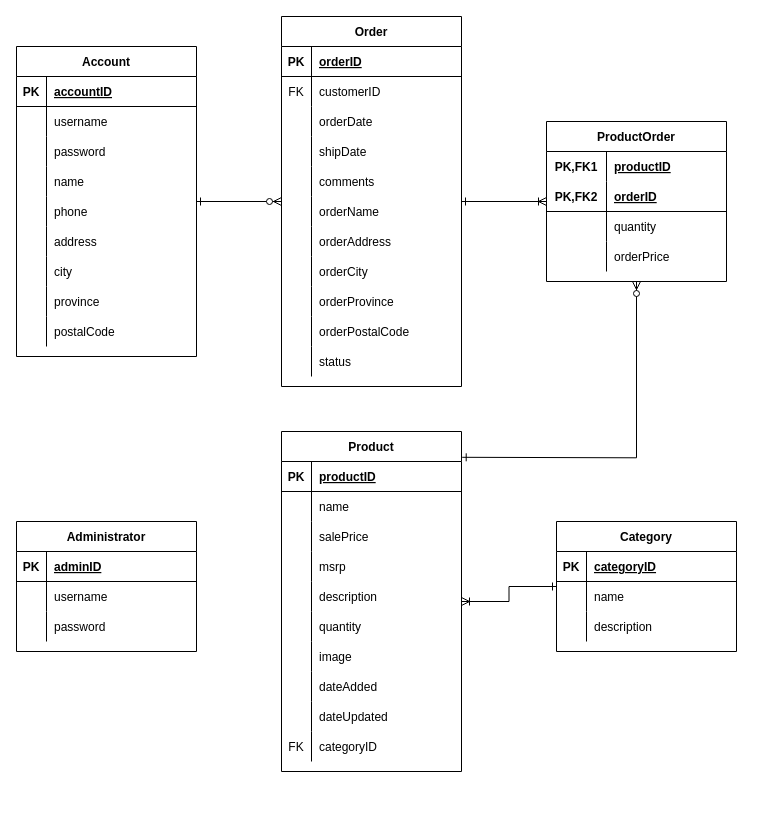
Before: AndroidsDungeonERD.drawio in oducut01/AndroidsDungeon, a draw.io diagram. Source tidied: cells renumbered, new cells numbered last; positions are measured from the earlier drawing's top-left corner, leaving out a move shared by most shapes. Both pictures are drawn from the tidied source at 100%, with x=0, y=0 at pixel (16, 16).
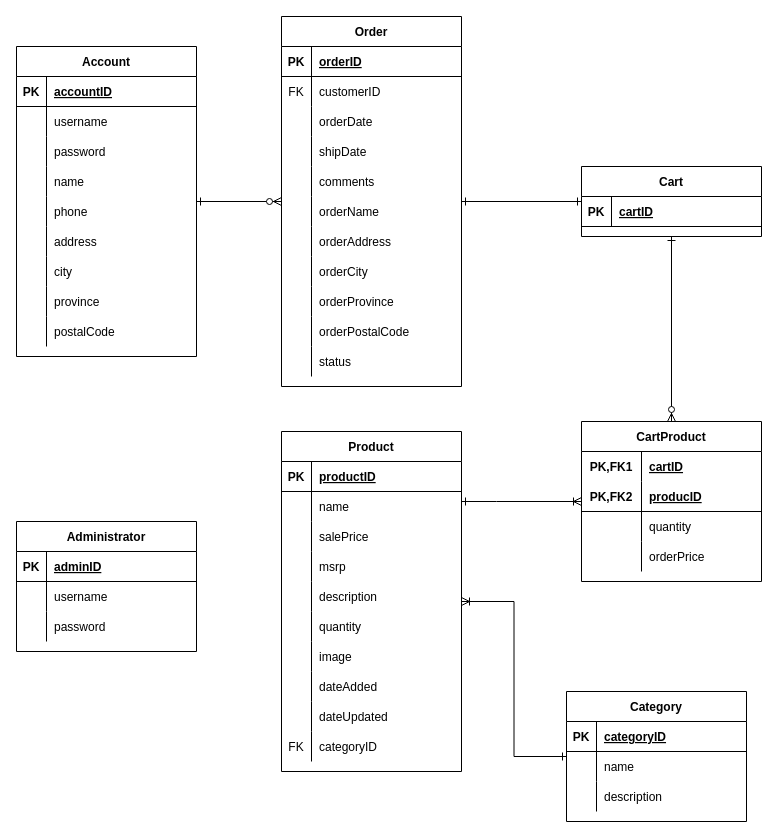
The same page after the edit.

Unchanged cells that the change refers to:
```xml
<mxCell id="30" value="Product" style="shape=table;startSize=30;childLayout=tableLayout;rowLines=0;fontStyle=1;align=center;" parent="1" vertex="1">
  <mxGeometry x="265" y="415" width="180" height="340" as="geometry" />
</mxCell>
<mxCell id="71" value="Order" style="shape=table;startSize=30;childLayout=tableLayout;rowLines=0;fontStyle=1;align=center;" parent="1" vertex="1">
  <mxGeometry x="265" width="180" height="370" as="geometry" />
</mxCell>
```

What changed in the source:
```diff
@@
     <mxCell id="61" value="Category" style="shape=table;startSize=30;childLayout=tableLayout;rowLines=0;fontStyle=1;align=center;" parent="1" vertex="1">
-      <mxGeometry x="540" y="505" width="180" height="130" as="geometry" />
+      <mxGeometry x="550" y="675" width="180" height="130" as="geometry" />
     </mxCell>
@@
-    <mxCell id="105" value="ProductOrder" style="shape=table;startSize=30;childLayout=tableLayout;rowLines=0;fontStyle=1;align=center;" parent="1" vertex="1">
-      <mxGeometry x="530" y="105" width="180" height="160" as="geometry" />
-    </mxCell>
-    <mxCell id="106" style="shape=partialRectangle;fillColor=none;top=0;left=0;bottom=0;right=0;" parent="105" vertex="1">
-      <mxGeometry y="30" width="180" height="30" as="geometry" />
-    </mxCell>
-    <mxCell id="107" value="PK,FK1" style="shape=partialRectangle;fillColor=none;top=0;left=0;bottom=0;right=0;fontStyle=1;overflow=hidden;" parent="106" vertex="1">
-      <mxGeometry width="60" height="30" as="geometry" />
-    </mxCell>
-    <mxCell id="108" value="productID" style="shape=partialRectangle;fillColor=none;top=0;left=0;bottom=0;right=0;align=left;spacingLeft=6;fontStyle=5;overflow=hidden;" parent="106" vertex="1">
-      <mxGeometry x="60" width="120" height="30" as="geometry" />
-    </mxCell>
-    <mxCell id="109" style="shape=partialRectangle;fillColor=none;top=0;left=0;bottom=1;right=0;" parent="105" vertex="1">
-      <mxGeometry y="60" width="180" height="30" as="geometry" />
-    </mxCell>
-    <mxCell id="110" value="PK,FK2" style="shape=partialRectangle;fillColor=none;top=0;left=0;bottom=0;right=0;fontStyle=1;overflow=hidden;" parent="109" vertex="1">
-      <mxGeometry width="60" height="30" as="geometry" />
-    </mxCell>
-    <mxCell id="111" value="orderID" style="shape=partialRectangle;fillColor=none;top=0;left=0;bottom=0;right=0;align=left;spacingLeft=6;fontStyle=5;overflow=hidden;" parent="109" vertex="1">
-      <mxGeometry x="60" width="120" height="30" as="geometry" />
-    </mxCell>
-    <mxCell id="112" style="shape=partialRectangle;fillColor=none;top=0;left=0;bottom=0;right=0;" parent="105" vertex="1">
-      <mxGeometry y="90" width="180" height="30" as="geometry" />
-    </mxCell>
-    <mxCell id="113" style="shape=partialRectangle;fillColor=none;top=0;left=0;bottom=0;right=0;overflow=hidden;" parent="112" vertex="1">
-      <mxGeometry width="60" height="30" as="geometry" />
-    </mxCell>
-    <mxCell id="114" value="quantity" style="shape=partialRectangle;fillColor=none;top=0;left=0;bottom=0;right=0;align=left;spacingLeft=6;overflow=hidden;" parent="112" vertex="1">
-      <mxGeometry x="60" width="120" height="30" as="geometry" />
-    </mxCell>
-    <mxCell id="115" style="shape=partialRectangle;fillColor=none;top=0;left=0;bottom=0;right=0;" parent="105" vertex="1">
-      <mxGeometry y="120" width="180" height="30" as="geometry" />
-    </mxCell>
-    <mxCell id="116" style="shape=partialRectangle;fillColor=none;top=0;left=0;bottom=0;right=0;overflow=hidden;" parent="115" vertex="1">
-      <mxGeometry width="60" height="30" as="geometry" />
-    </mxCell>
-    <mxCell id="117" value="orderPrice" style="shape=partialRectangle;fillColor=none;top=0;left=0;bottom=0;right=0;align=left;spacingLeft=6;overflow=hidden;" parent="115" vertex="1">
-      <mxGeometry x="60" width="120" height="30" as="geometry" />
-    </mxCell>
@@
-    <mxCell id="129" style="edgeStyle=orthogonalEdgeStyle;fontSize=12;html=1;endArrow=ERoneToMany;endFill=0;startArrow=ERone;startFill=0;rounded=0;" parent="1" edge="1" source="71" target="105">
+    <mxCell id="129" style="edgeStyle=orthogonalEdgeStyle;fontSize=12;html=1;endArrow=ERone;endFill=0;startArrow=ERone;startFill=0;rounded=0;" parent="1" edge="1" source="71" target="132">
       <mxGeometry relative="1" as="geometry" />
     </mxCell>
-    <mxCell id="130" style="edgeStyle=orthogonalEdgeStyle;fontSize=12;html=1;endArrow=ERzeroToMany;endFill=1;startArrow=ERone;startFill=0;exitX=1.004;exitY=0.025;exitDx=0;exitDy=0;exitPerimeter=0;rounded=0;entryX=0.5;entryY=1;entryDx=0;entryDy=0;" parent="1" edge="1" target="105">
-      <mxGeometry relative="1" as="geometry">
-        <mxPoint x="445.7" y="440.8" as="sourcePoint" />
-      </mxGeometry>
-    </mxCell>
@@
+    <mxCell id="132" value="Cart" style="shape=table;startSize=30;childLayout=tableLayout;rowLines=0;fontStyle=1;align=center;" parent="1" vertex="1">
+      <mxGeometry x="565" y="150" width="180" height="70" as="geometry" />
+    </mxCell>
+    <mxCell id="133" style="shape=partialRectangle;fillColor=none;top=0;left=0;bottom=1;right=0;" parent="132" vertex="1">
+      <mxGeometry y="30" width="180" height="30" as="geometry" />
+    </mxCell>
+    <mxCell id="134" value="PK" style="shape=partialRectangle;fillColor=none;top=0;left=0;bottom=0;right=0;fontStyle=1;overflow=hidden;" parent="133" vertex="1">
+      <mxGeometry width="30" height="30" as="geometry" />
+    </mxCell>
+    <mxCell id="135" value="cartID" style="shape=partialRectangle;fillColor=none;top=0;left=0;bottom=0;right=0;align=left;spacingLeft=6;fontStyle=5;overflow=hidden;" parent="133" vertex="1">
+      <mxGeometry x="30" width="150" height="30" as="geometry" />
+    </mxCell>
+    <mxCell id="136" value="CartProduct" style="shape=table;startSize=30;childLayout=tableLayout;rowLines=0;fontStyle=1;align=center;" parent="1" vertex="1">
+      <mxGeometry x="565" y="405" width="180" height="160" as="geometry" />
+    </mxCell>
+    <mxCell id="106" style="shape=partialRectangle;fillColor=none;top=0;left=0;bottom=0;right=0;" parent="136" vertex="1">
+      <mxGeometry y="30" width="180" height="30" as="geometry" />
+    </mxCell>
+    <mxCell id="107" value="PK,FK1" style="shape=partialRectangle;fillColor=none;top=0;left=0;bottom=0;right=0;fontStyle=1;overflow=hidden;" parent="106" vertex="1">
+      <mxGeometry width="60" height="30" as="geometry" />
+    </mxCell>
+    <mxCell id="137" value="cartID" style="shape=partialRectangle;fillColor=none;top=0;left=0;bottom=0;right=0;align=left;spacingLeft=6;fontStyle=5;overflow=hidden;" parent="106" vertex="1">
+      <mxGeometry x="60" width="120" height="30" as="geometry" />
+    </mxCell>
+    <mxCell id="109" style="shape=partialRectangle;fillColor=none;top=0;left=0;bottom=1;right=0;" parent="136" vertex="1">
+      <mxGeometry y="60" width="180" height="30" as="geometry" />
+    </mxCell>
+    <mxCell id="110" value="PK,FK2" style="shape=partialRectangle;fillColor=none;top=0;left=0;bottom=0;right=0;fontStyle=1;overflow=hidden;" parent="109" vertex="1">
+      <mxGeometry width="60" height="30" as="geometry" />
+    </mxCell>
+    <mxCell id="138" value="producID" style="shape=partialRectangle;fillColor=none;top=0;left=0;bottom=0;right=0;align=left;spacingLeft=6;fontStyle=5;overflow=hidden;" parent="109" vertex="1">
+      <mxGeometry x="60" width="120" height="30" as="geometry" />
+    </mxCell>
+    <mxCell id="112" style="shape=partialRectangle;fillColor=none;top=0;left=0;bottom=0;right=0;" parent="136" vertex="1">
+      <mxGeometry y="90" width="180" height="30" as="geometry" />
+    </mxCell>
+    <mxCell id="139" style="shape=partialRectangle;fillColor=none;top=0;left=0;bottom=0;right=0;overflow=hidden;" parent="112" vertex="1">
+      <mxGeometry width="60" height="30" as="geometry" />
+    </mxCell>
+    <mxCell id="114" value="quantity" style="shape=partialRectangle;fillColor=none;top=0;left=0;bottom=0;right=0;align=left;spacingLeft=6;overflow=hidden;" parent="112" vertex="1">
+      <mxGeometry x="60" width="120" height="30" as="geometry" />
+    </mxCell>
+    <mxCell id="115" style="shape=partialRectangle;fillColor=none;top=0;left=0;bottom=0;right=0;" parent="136" vertex="1">
+      <mxGeometry y="120" width="180" height="30" as="geometry" />
+    </mxCell>
+    <mxCell id="140" style="shape=partialRectangle;fillColor=none;top=0;left=0;bottom=0;right=0;overflow=hidden;" parent="115" vertex="1">
+      <mxGeometry width="60" height="30" as="geometry" />
+    </mxCell>
+    <mxCell id="117" value="orderPrice" style="shape=partialRectangle;fillColor=none;top=0;left=0;bottom=0;right=0;align=left;spacingLeft=6;overflow=hidden;" parent="115" vertex="1">
+      <mxGeometry x="60" width="120" height="30" as="geometry" />
+    </mxCell>
+    <mxCell id="141" style="edgeStyle=orthogonalEdgeStyle;fontSize=12;html=1;endArrow=ERoneToMany;rounded=0;startArrow=ERone;startFill=0;" parent="1" edge="1" source="30" target="136">
+      <mxGeometry relative="1" as="geometry">
+        <Array as="points">
+          <mxPoint x="480" y="485" />
+          <mxPoint x="480" y="485" />
+        </Array>
+      </mxGeometry>
+    </mxCell>
+    <mxCell id="142" style="edgeStyle=orthogonalEdgeStyle;fontSize=12;html=1;endArrow=ERzeroToMany;endFill=1;startArrow=ERone;startFill=0;" parent="1" edge="1" source="132" target="136">
+      <mxGeometry relative="1" as="geometry" />
+    </mxCell>
```
